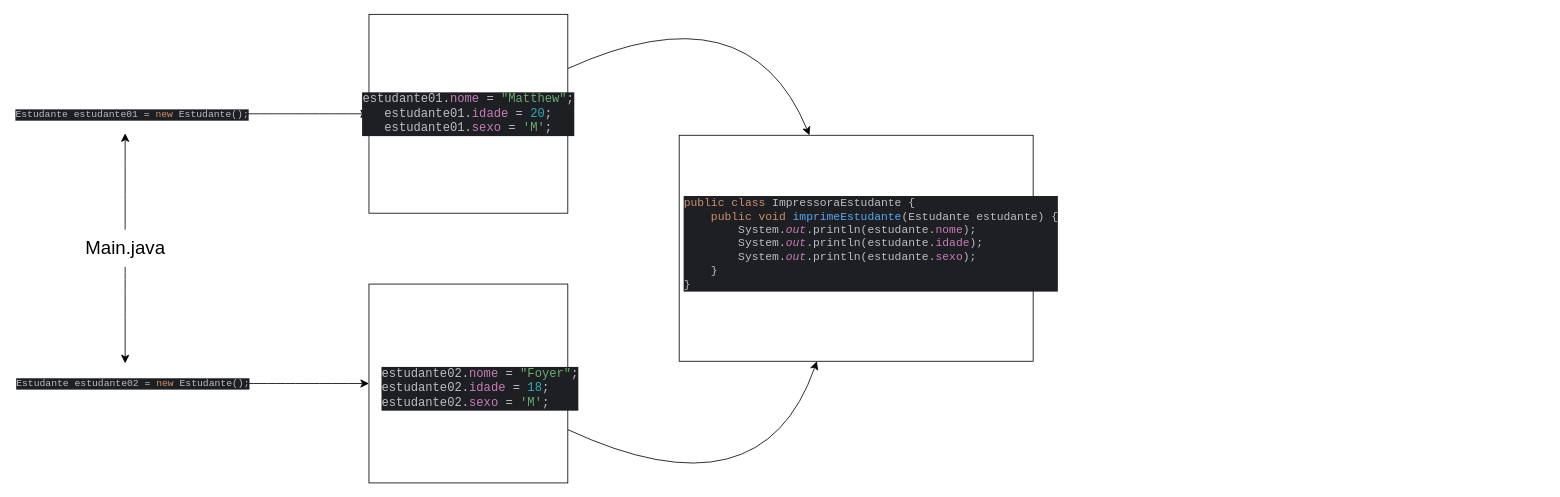
Above: parametros_tipo_referencia.drawio in mateus-s-a/Aprendizado-Java (draw.io), before the change. Source tidied: cells renumbered, new cells numbered last; positions are measured from the earlier drawing's top-left corner, leaving out a move shared by most shapes. Both pictures are drawn from the tidied source at 81%, with x=0, y=0 at pixel (14, -14).
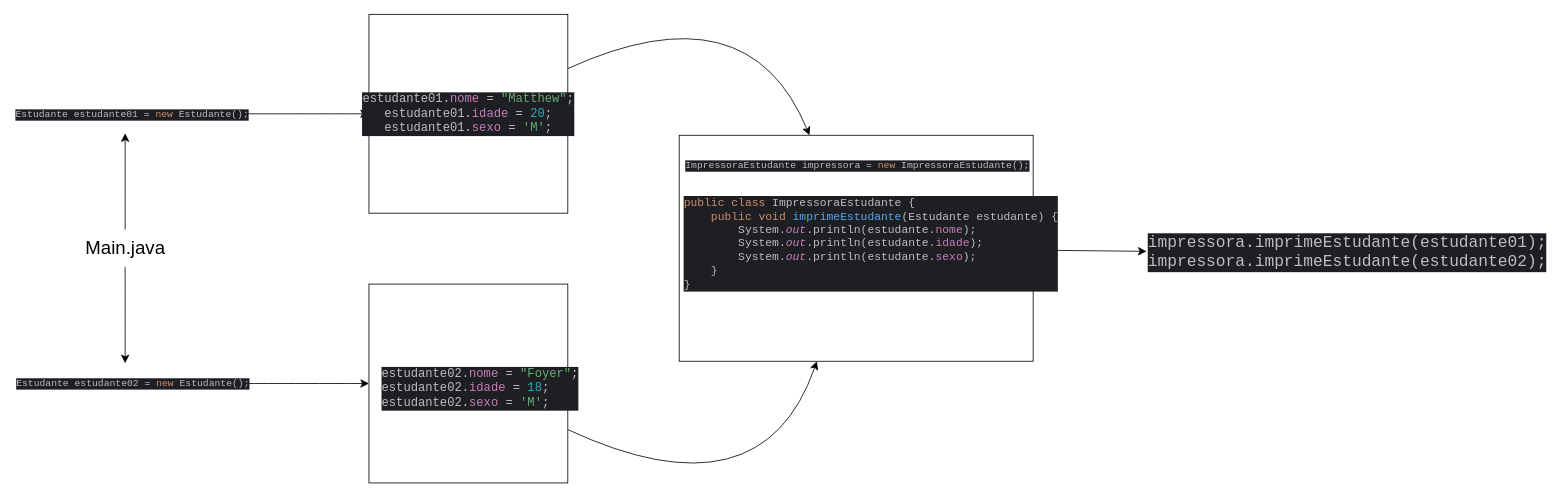
The same page after the edit.

Unchanged cells that the change refers to:
```xml
<mxCell id="14" style="rounded=0;whiteSpace=wrap;html=1;" parent="1" vertex="1">
  <mxGeometry x="821" y="183.5" width="437" height="279" as="geometry" />
</mxCell>
```

Change to the diagram source:
```diff
@@
+    <mxCell id="16" style="edgeStyle=none;curved=1;rounded=0;jettySize=auto;html=1;fontSize=12;startSize=8;endSize=8;" parent="1" edge="1" source="14" target="18">
+      <mxGeometry relative="1" as="geometry" />
+    </mxCell>
@@
+    <mxCell id="17" value="&lt;div style=&quot;background-color:#1e1f22;color:#bcbec4&quot;&gt;&lt;pre style=&quot;font-family:'JetBrains Mono',monospace;font-size:9,8pt;&quot;&gt;ImpressoraEstudante impressora = &lt;span style=&quot;color:#cf8e6d;&quot;&gt;new &lt;/span&gt;ImpressoraEstudante();&lt;/pre&gt;&lt;/div&gt;" style="text;whiteSpace=wrap;html=1;" parent="1" vertex="1">
+      <mxGeometry x="827" y="196" width="417" height="60" as="geometry" />
+    </mxCell>
+    <mxCell id="18" value="&lt;div style=&quot;background-color: rgb(30, 31, 34); color: rgb(188, 190, 196);&quot;&gt;&lt;pre style=&quot;font-family:'JetBrains Mono',monospace;font-size:9,8pt;&quot;&gt;&lt;font style=&quot;font-size: 20px;&quot;&gt;impressora.imprimeEstudante(estudante01);&lt;br&gt;impressora.imprimeEstudante(estudante02);&lt;/font&gt;&lt;/pre&gt;&lt;/div&gt;" style="text;whiteSpace=wrap;html=1;" parent="1" vertex="1">
+      <mxGeometry x="1398" y="285.5" width="465" height="87.5" as="geometry" />
+    </mxCell>
```
